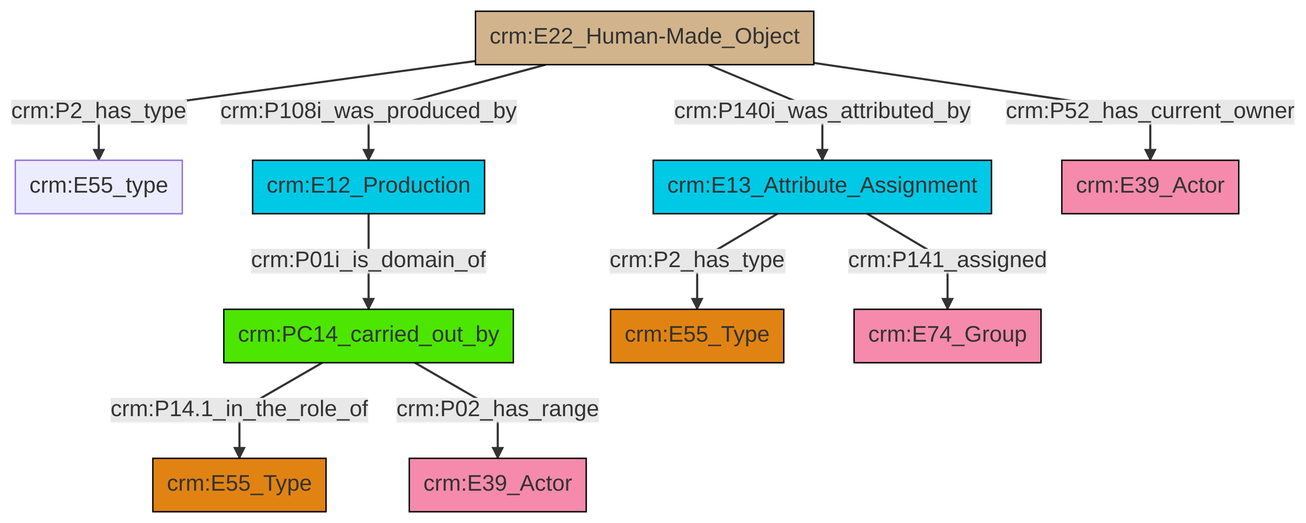
Earlier version of the Mermaid export et/builtWorkCSV/ttl/mmd/png/Built_Work_actor_relations.png (swiss-art-research-net/reference-data-models). Its source is kept beside it as et/builtWorkCSV/ttl/mmd/Built_Work_actor_relations.ttl.mmd.
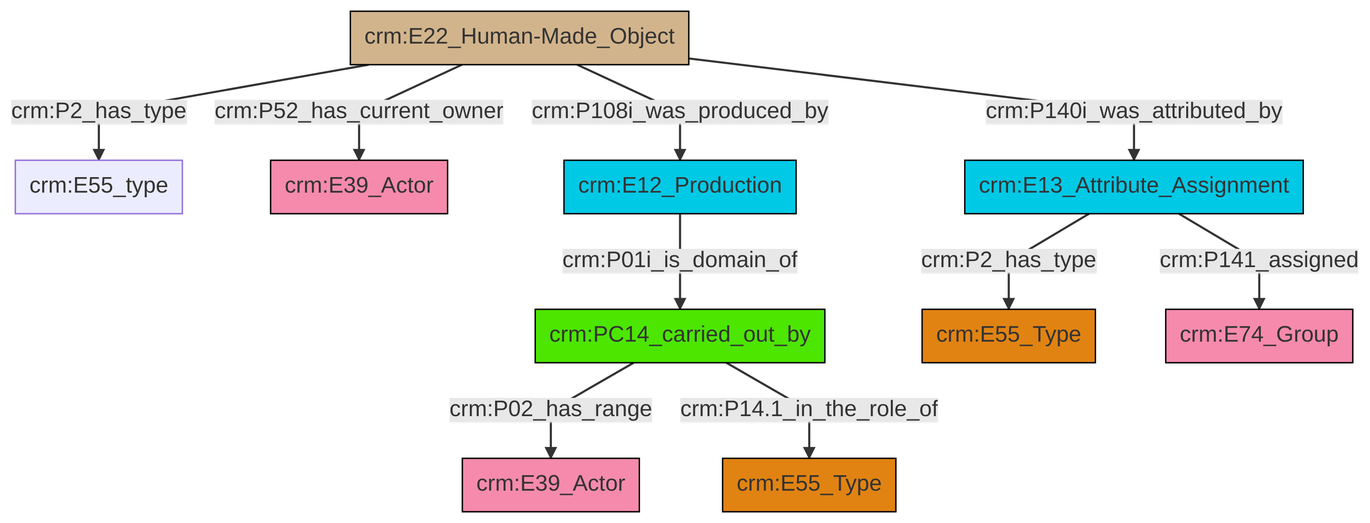
The same file after the commit.

Diff of the diagram source:
```diff
@@ -14,11 +14,11 @@
 classDef Multi fill:#cccccc,stroke:#000000;
 
 0["crm:E22_Human-Made_Object"]:::Physical_Thing -->|crm:P2_has_type| 1["crm:E55_type"]:::Default
-2["crm:PC14_carried_out_by"]:::PC_Classes -->|crm:P14.1_in_the_role_of| 3["crm:E55_Type"]:::Type
-12["crm:E13_Attribute_Assignment"]:::Temporal_Entity -->|crm:P2_has_type| 6["crm:E55_Type"]:::Type
-13["crm:E12_Production"]:::Temporal_Entity -->|crm:P01i_is_domain_of| 2["crm:PC14_carried_out_by"]:::PC_Classes
-0["crm:E22_Human-Made_Object"]:::Physical_Thing -->|crm:P108i_was_produced_by| 13["crm:E12_Production"]:::Temporal_Entity
-2["crm:PC14_carried_out_by"]:::PC_Classes -->|crm:P02_has_range| 8["crm:E39_Actor"]:::Actor
-0["crm:E22_Human-Made_Object"]:::Physical_Thing -->|crm:P140i_was_attributed_by| 12["crm:E13_Attribute_Assignment"]:::Temporal_Entity
-0["crm:E22_Human-Made_Object"]:::Physical_Thing -->|crm:P52_has_current_owner| 17["crm:E39_Actor"]:::Actor
-12["crm:E13_Attribute_Assignment"]:::Temporal_Entity -->|crm:P141_assigned| 10["crm:E74_Group"]:::Actor
+2["crm:PC14_carried_out_by"]:::PC_Classes -->|crm:P02_has_range| 3["crm:E39_Actor"]:::Actor
+8["crm:E13_Attribute_Assignment"]:::Temporal_Entity -->|crm:P2_has_type| 6["crm:E55_Type"]:::Type
+9["crm:E12_Production"]:::Temporal_Entity -->|crm:P01i_is_domain_of| 2["crm:PC14_carried_out_by"]:::PC_Classes
+0["crm:E22_Human-Made_Object"]:::Physical_Thing -->|crm:P52_has_current_owner| 4["crm:E39_Actor"]:::Actor
+0["crm:E22_Human-Made_Object"]:::Physical_Thing -->|crm:P140i_was_attributed_by| 8["crm:E13_Attribute_Assignment"]:::Temporal_Entity
+0["crm:E22_Human-Made_Object"]:::Physical_Thing -->|crm:P108i_was_produced_by| 9["crm:E12_Production"]:::Temporal_Entity
+8["crm:E13_Attribute_Assignment"]:::Temporal_Entity -->|crm:P141_assigned| 15["crm:E74_Group"]:::Actor
+2["crm:PC14_carried_out_by"]:::PC_Classes -->|crm:P14.1_in_the_role_of| 16["crm:E55_Type"]:::Type
```
